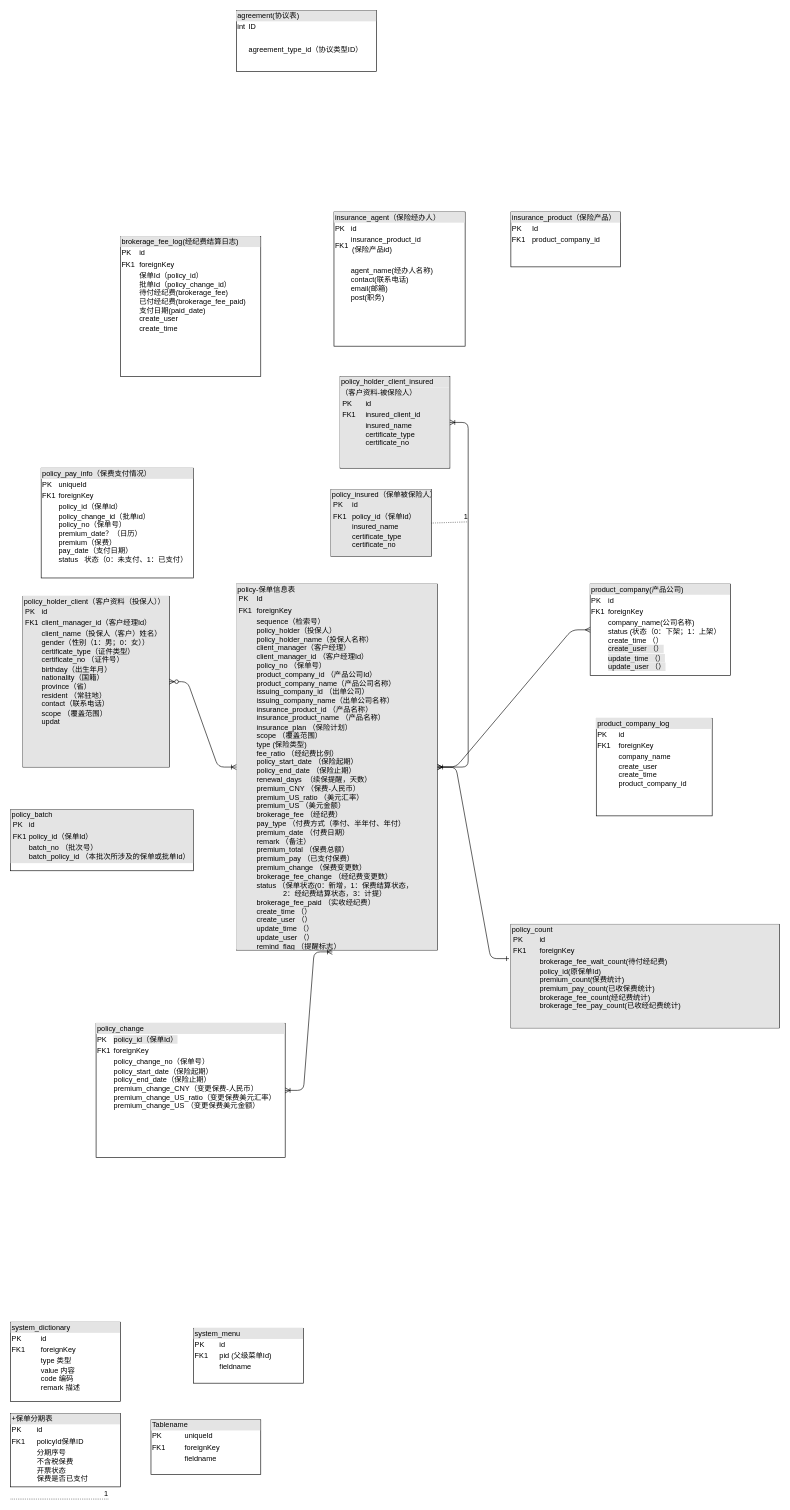
bingsenxie/mytest keeps this draw.io diagram as page "Page-1" (1 of 2) of Untitled Diagram.drawio. Above is the earlier version. Source tidied: cells renumbered, new cells numbered last; positions are measured from the earlier drawing's top-left corner, leaving out a move shared by most shapes. Both pictures are drawn from the tidied source at 61%, with x=0, y=0 at pixel (10, 10).
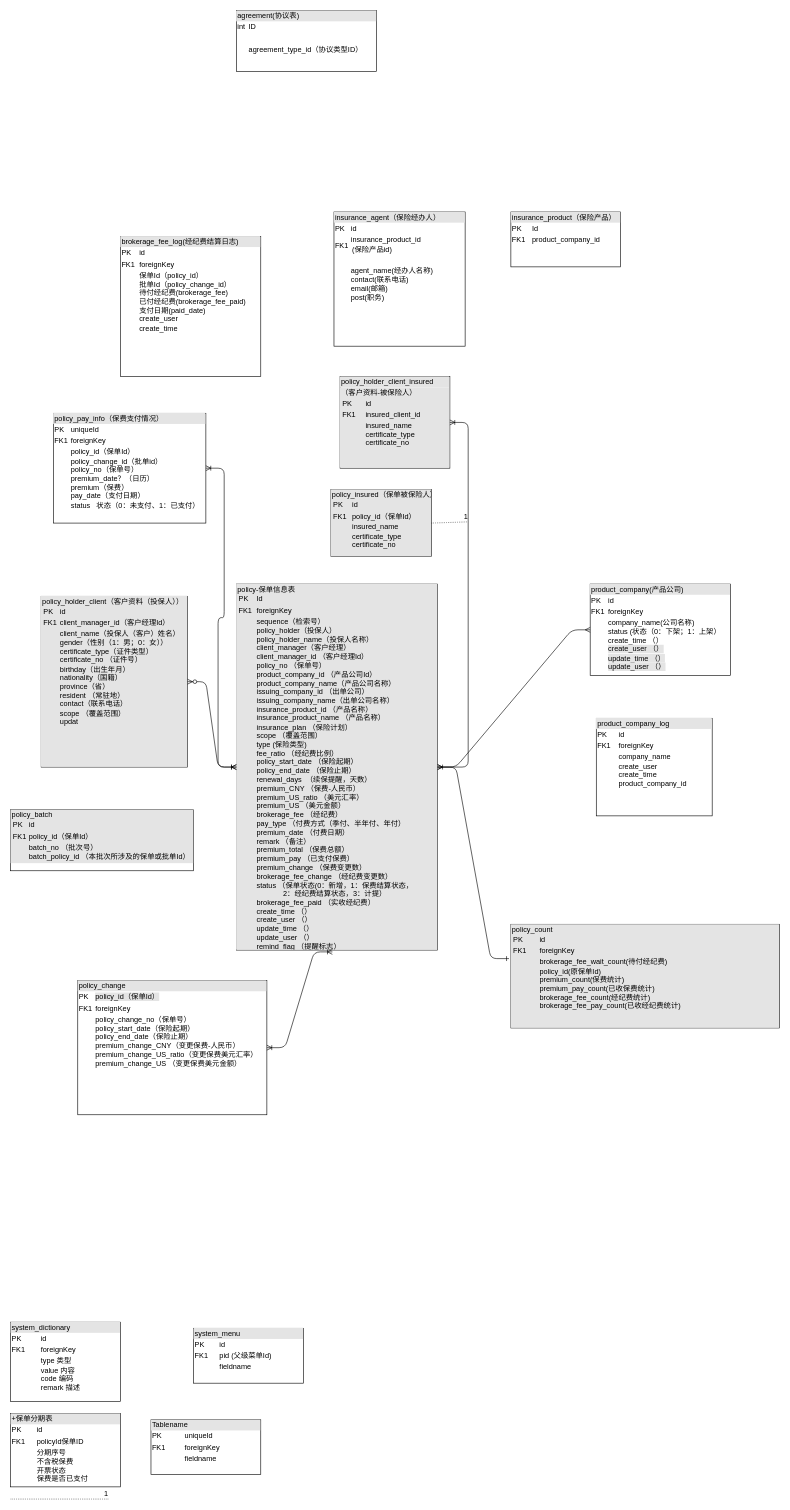
After the change.

The change refers to these unchanged cells:
```xml
<mxCell id="10" value="&lt;div style=&quot;box-sizing: border-box ; width: 100% ; background: #e4e4e4 ; padding: 2px&quot;&gt;policy-保单信息表&lt;table cellpadding=&quot;2&quot; cellspacing=&quot;0&quot; style=&quot;font-size: 1em ; width: 100%&quot;&gt;&lt;tbody&gt;&lt;tr&gt;&lt;td&gt;PK&lt;/td&gt;&lt;td&gt;Id&lt;/td&gt;&lt;/tr&gt;&lt;tr&gt;&lt;td&gt;FK1&lt;/td&gt;&lt;td&gt;foreignKey&lt;/td&gt;&lt;/tr&gt;&lt;tr&gt;&lt;td&gt;&lt;/td&gt;&lt;td&gt;sequence（检索号）&lt;br&gt;policy_holder（投保人）&lt;br&gt;policy_holder_name（投保人名称）&lt;br&gt;client_manager（客户经理）&lt;br&gt;client_manager_id （客户经理Id）&lt;br&gt;policy_no （保单号）&lt;br&gt;product_company_id （产品公司Id）&lt;br&gt;product_company_name（产品公司名称）&lt;br&gt;issuing_company_id （出单公司）&lt;br&gt;issuing_company_name（出单公司名称）&lt;br&gt;insurance_product_id （产品名称）&lt;br&gt;insurance_product_name （产品名称）&lt;br&gt;insurance_plan （保险计划）&lt;br&gt;scope （覆盖范围）&lt;br&gt;type (保险类型)&lt;br&gt;fee_ratio （经纪费比例）&lt;br&gt;policy_start_date （保险起期）&lt;br&gt;policy_end_date （保险止期）&lt;br&gt;renewal_days&amp;nbsp; （续保提醒，天数）&lt;br&gt;premium_CNY （保费-人民币）&lt;br&gt;premium_US_ratio （美元汇率）&lt;br&gt;premium_US （美元金额）&lt;br&gt;brokerage_fee （经纪费）&lt;br&gt;pay_type （付费方式（季付、半年付、年付）&lt;br&gt;premium_date （付费日期）&lt;br&gt;remark （备注）&lt;br&gt;premium_total （保费总额）&lt;br&gt;premium_pay （已支付保费）&lt;br&gt;premium_change （保费变更数）&lt;br&gt;brokerage_fee_change （经纪费变更数）&lt;br&gt;status （保单状态(0：新增，1：保费结算状态，&lt;br&gt;&amp;nbsp; &amp;nbsp; &amp;nbsp; &amp;nbsp; &amp;nbsp; &amp;nbsp; &amp;nbsp;2：经纪费结算状态，3：计提）&lt;br&gt;brokerage_fee_paid （实收经纪费）&lt;br&gt;create_time （）&lt;br&gt;create_user （）&lt;br&gt;update_time （）&lt;br&gt;update_user （）&lt;br&gt;remind_flag （提醒标志）&lt;br&gt;&lt;br&gt;&lt;br&gt;&lt;br&gt;&lt;br&gt;&lt;br&gt;&lt;/td&gt;&lt;/tr&gt;&lt;/tbody&gt;&lt;/table&gt;&lt;/div&gt;" style="verticalAlign=top;align=left;overflow=fill;html=1;" parent="1" vertex="1">
  <mxGeometry x="370" y="940" width="330" height="600" as="geometry" />
</mxCell>
```

Diff of the diagram source:
```diff
@@
     <mxCell id="6" value="&lt;div style=&quot;box-sizing: border-box ; width: 100% ; background: #e4e4e4 ; padding: 2px&quot;&gt;policy_pay_info（保费支付情况）&lt;br&gt;&lt;/div&gt;&lt;table style=&quot;width: 100% ; font-size: 1em&quot; cellpadding=&quot;2&quot; cellspacing=&quot;0&quot;&gt;&lt;tbody&gt;&lt;tr&gt;&lt;td&gt;PK&lt;/td&gt;&lt;td&gt;uniqueId&lt;/td&gt;&lt;/tr&gt;&lt;tr&gt;&lt;td&gt;FK1&lt;/td&gt;&lt;td&gt;foreignKey&lt;br&gt;&lt;/td&gt;&lt;/tr&gt;&lt;tr&gt;&lt;td&gt;&lt;br&gt;&lt;/td&gt;&lt;td&gt;policy_id（保单Id）&lt;br&gt;policy_change_id（批单id）&lt;br&gt;policy_no（保单号）&lt;br&gt;premium_date？（日历）&lt;br&gt;premium（保费）&lt;br&gt;pay_date（支付日期）&lt;br&gt;status&amp;nbsp; &amp;nbsp;状态（0：未支付、1：已支付）&lt;br&gt;&lt;br&gt;&lt;/td&gt;&lt;/tr&gt;&lt;/tbody&gt;&lt;/table&gt;" style="verticalAlign=top;align=left;overflow=fill;html=1;" parent="1" vertex="1">
-      <mxGeometry x="50" y="750" width="250" height="180" as="geometry" />
+      <mxGeometry x="70" y="660" width="250" height="180" as="geometry" />
     </mxCell>
@@
     <mxCell id="9" value="&lt;div style=&quot;box-sizing: border-box ; width: 100% ; background: #e4e4e4 ; padding: 2px&quot;&gt;policy_holder_client（客户资料（投保人））&lt;table cellpadding=&quot;2&quot; cellspacing=&quot;0&quot; style=&quot;font-size: 1em ; width: 100%&quot;&gt;&lt;tbody&gt;&lt;tr&gt;&lt;td&gt;PK&lt;/td&gt;&lt;td&gt;id&lt;/td&gt;&lt;/tr&gt;&lt;tr&gt;&lt;td&gt;FK1&lt;/td&gt;&lt;td&gt;client_manager_id（客户经理Id）&lt;br&gt;&lt;/td&gt;&lt;/tr&gt;&lt;tr&gt;&lt;td&gt;&lt;/td&gt;&lt;td&gt;client_name（投保人（客户）姓名）&lt;br&gt;gender（性别（1：男；0：女））&lt;br&gt;certificate_type（证件类型）&lt;br&gt;certificate_no （证件号）&lt;br&gt;birthday（出生年月）&lt;br&gt;nationality（国籍）&lt;br&gt;province（省）&lt;br&gt;resident （常驻地）&lt;br&gt;contact（联系电话）&lt;br&gt;scope （覆盖范围）&lt;br&gt;updat&lt;br&gt;&lt;br&gt;&lt;br&gt;&lt;br&gt;&lt;br&gt;&lt;br&gt;&lt;br&gt;&lt;br&gt;&lt;br&gt;&lt;/td&gt;&lt;/tr&gt;&lt;/tbody&gt;&lt;/table&gt;&lt;/div&gt;" style="verticalAlign=top;align=left;overflow=fill;html=1;" parent="1" vertex="1">
-      <mxGeometry x="20" y="960" width="240" height="280" as="geometry" />
+      <mxGeometry x="50" y="960" width="240" height="280" as="geometry" />
     </mxCell>
@@
     <mxCell id="12" value="&lt;div style=&quot;box-sizing: border-box ; width: 100% ; background: #e4e4e4 ; padding: 2px&quot;&gt;policy_change&lt;br&gt;&lt;/div&gt;&lt;table style=&quot;width: 100% ; font-size: 1em&quot; cellpadding=&quot;2&quot; cellspacing=&quot;0&quot;&gt;&lt;tbody&gt;&lt;tr&gt;&lt;td&gt;PK&lt;/td&gt;&lt;td&gt;&lt;span style=&quot;background-color: rgb(228 , 228 , 228)&quot;&gt;policy_id（保单Id）&lt;/span&gt;&lt;br&gt;&lt;/td&gt;&lt;/tr&gt;&lt;tr&gt;&lt;td&gt;FK1&lt;/td&gt;&lt;td&gt;foreignKey&lt;/td&gt;&lt;/tr&gt;&lt;tr&gt;&lt;td&gt;&lt;/td&gt;&lt;td&gt;policy_change_no（保单号）&lt;br&gt;policy_start_date（保险起期）&lt;br&gt;policy_end_date（保险止期）&lt;br&gt;premium_change_CNY（变更保费-人民币）&lt;br&gt;premium_change_US_ratio（变更保费美元汇率）&lt;br&gt;premium_change_US （变更保费美元金额）&lt;br&gt;&lt;/td&gt;&lt;/tr&gt;&lt;/tbody&gt;&lt;/table&gt;" style="verticalAlign=top;align=left;overflow=fill;html=1;" parent="1" vertex="1">
-      <mxGeometry x="140" y="1660" width="310" height="220" as="geometry" />
+      <mxGeometry x="110" y="1590" width="310" height="220" as="geometry" />
     </mxCell>
@@
+    <mxCell id="29" style="edgeStyle=entityRelationEdgeStyle;fontSize=12;html=1;endArrow=ERoneToMany;startArrow=ERoneToMany;" parent="1" edge="1" source="10" target="6">
+      <mxGeometry relative="1" as="geometry" />
+    </mxCell>
```
